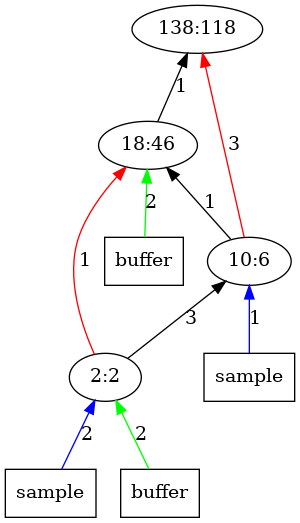
This is outputImages/op118.png.png from AbhikKhan/MTP_IITG, a Graphviz export, as it was before one commit. Its source is kept beside it as outputTrees/op118.dot.
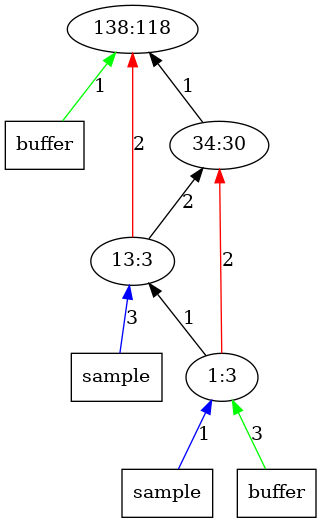
After the change.

Change to the diagram source:
```diff
@@ -1,20 +1,20 @@
 digraph Tree{
 	rankdir="BT"
+	x12 -> 1 [label = "1", color = "green"];
+	x12 [label = "buffer", shape = "box"];
 	1 [label = "138:118"];
 	2 -> 1 [label = "1", color = "black"];
-	x22 -> 2 [label = "2", color = "green"];
-	x22 [label = "buffer", shape = "box"];
-	2 [label = "18:46"];
-	3 -> 2 [label = "1", color = "black"];
-	3 -> 1 [label = "3", color = "red"];
-	x31 -> 3 [label = "1", color = "blue"];
+	2 [label = "34:30"];
+	3 -> 2 [label = "2", color = "black"];
+	3 -> 1 [label = "2", color = "red"];
+	x31 -> 3 [label = "3", color = "blue"];
 	x31 [label = "sample", shape = "box"];
-	3 [label = "10:6"];
-	4 -> 2 [label = "1", color = "red"];
-	4 -> 3 [label = "3", color = "black"];
-	x41 -> 4 [label = "2", color = "blue"];
+	3 [label = "13:3"];
+	4 -> 2 [label = "2", color = "red"];
+	4 -> 3 [label = "1", color = "black"];
+	x41 -> 4 [label = "1", color = "blue"];
 	x41 [label = "sample", shape = "box"];
-	x42 -> 4 [label = "2", color = "green"];
+	x42 -> 4 [label = "3", color = "green"];
 	x42 [label = "buffer", shape = "box"];
-	4 [label = "2:2"];
+	4 [label = "1:3"];
 }
```
